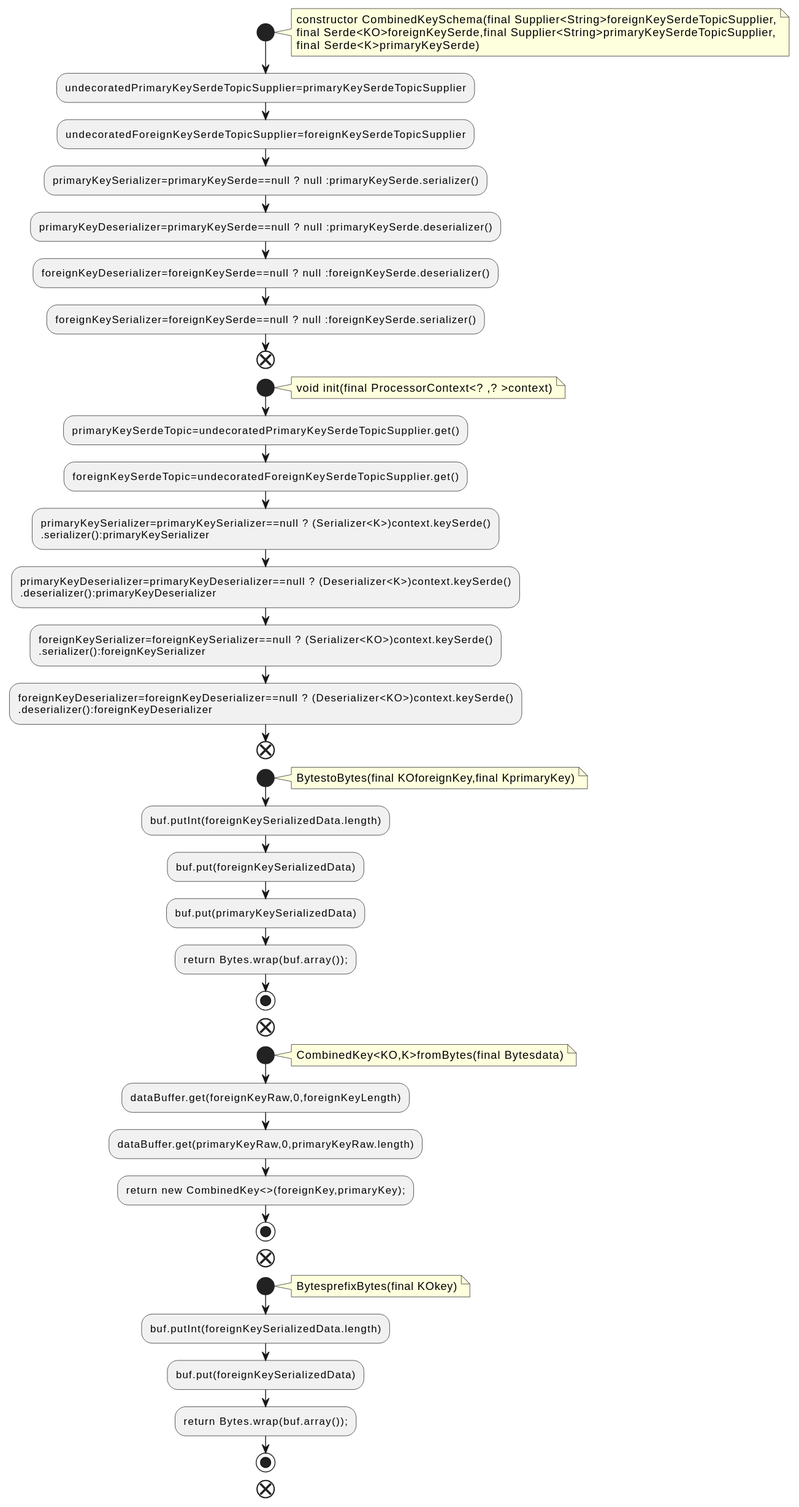
The PlantUML diagram docs/qc/streams/src/main/java/org/apache/kafka/streams/kstream/internals/foreignkeyjoin/CombinedKeySchema.java.fct.svg in qualitesys/kafka, before a commit. Source of this version:
```plantuml
@startuml
!pragma layout smetana
start
note right
constructor CombinedKeySchema(final Supplier<String>foreignKeySerdeTopicSupplier,
final Serde<KO>foreignKeySerde,final Supplier<String>primaryKeySerdeTopicSupplier,
final Serde<K>primaryKeySerde)
end note
:undecoratedPrimaryKeySerdeTopicSupplier=primaryKeySerdeTopicSupplier;
:undecoratedForeignKeySerdeTopicSupplier=foreignKeySerdeTopicSupplier;
:primaryKeySerializer=primaryKeySerde==null ? null :primaryKeySerde.serializer();
:primaryKeyDeserializer=primaryKeySerde==null ? null :primaryKeySerde.deserializer();
:foreignKeyDeserializer=foreignKeySerde==null ? null :foreignKeySerde.deserializer();
:foreignKeySerializer=foreignKeySerde==null ? null :foreignKeySerde.serializer();
end
start
note right
void init(final ProcessorContext<? ,? >context)
end note
:primaryKeySerdeTopic=undecoratedPrimaryKeySerdeTopicSupplier.get();
:foreignKeySerdeTopic=undecoratedForeignKeySerdeTopicSupplier.get();
:primaryKeySerializer=primaryKeySerializer==null ? (Serializer<K>)context.keySerde()
.serializer():primaryKeySerializer;
:primaryKeyDeserializer=primaryKeyDeserializer==null ? (Deserializer<K>)context.keySerde()
.deserializer():primaryKeyDeserializer;
:foreignKeySerializer=foreignKeySerializer==null ? (Serializer<KO>)context.keySerde()
.serializer():foreignKeySerializer;
:foreignKeyDeserializer=foreignKeyDeserializer==null ? (Deserializer<KO>)context.keySerde()
.deserializer():foreignKeyDeserializer;
end
start
note right
BytestoBytes(final KOforeignKey,final KprimaryKey)
end note
:buf.putInt(foreignKeySerializedData.length);
:buf.put(foreignKeySerializedData);
:buf.put(primaryKeySerializedData);
:return Bytes.wrap(buf.array());;
stop
end
start
note right
CombinedKey<KO,K>fromBytes(final Bytesdata)
end note
:dataBuffer.get(foreignKeyRaw,0,foreignKeyLength);
:dataBuffer.get(primaryKeyRaw,0,primaryKeyRaw.length);
:return new CombinedKey<>(foreignKey,primaryKey);;
stop
end
start
note right
BytesprefixBytes(final KOkey)
end note
:buf.putInt(foreignKeySerializedData.length);
:buf.put(foreignKeySerializedData);
:return Bytes.wrap(buf.array());;
stop
end
@enduml
```
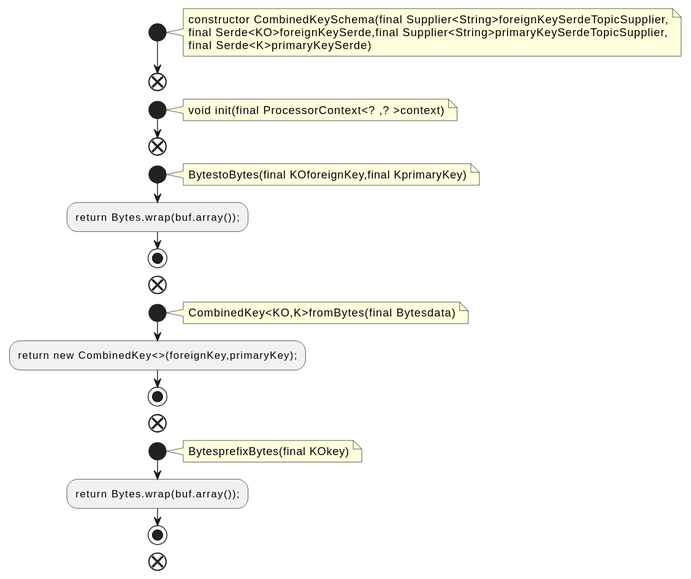
After the change.

Diff of the diagram source:
```diff
@@ -6,35 +6,16 @@
 final Serde<KO>foreignKeySerde,final Supplier<String>primaryKeySerdeTopicSupplier,
 final Serde<K>primaryKeySerde)
 end note
-:undecoratedPrimaryKeySerdeTopicSupplier=primaryKeySerdeTopicSupplier;
-:undecoratedForeignKeySerdeTopicSupplier=foreignKeySerdeTopicSupplier;
-:primaryKeySerializer=primaryKeySerde==null ? null :primaryKeySerde.serializer();
-:primaryKeyDeserializer=primaryKeySerde==null ? null :primaryKeySerde.deserializer();
-:foreignKeyDeserializer=foreignKeySerde==null ? null :foreignKeySerde.deserializer();
-:foreignKeySerializer=foreignKeySerde==null ? null :foreignKeySerde.serializer();
 end
 start
 note right
 void init(final ProcessorContext<? ,? >context)
 end note
-:primaryKeySerdeTopic=undecoratedPrimaryKeySerdeTopicSupplier.get();
-:foreignKeySerdeTopic=undecoratedForeignKeySerdeTopicSupplier.get();
-:primaryKeySerializer=primaryKeySerializer==null ? (Serializer<K>)context.keySerde()
-.serializer():primaryKeySerializer;
-:primaryKeyDeserializer=primaryKeyDeserializer==null ? (Deserializer<K>)context.keySerde()
-.deserializer():primaryKeyDeserializer;
-:foreignKeySerializer=foreignKeySerializer==null ? (Serializer<KO>)context.keySerde()
-.serializer():foreignKeySerializer;
-:foreignKeyDeserializer=foreignKeyDeserializer==null ? (Deserializer<KO>)context.keySerde()
-.deserializer():foreignKeyDeserializer;
 end
 start
 note right
 BytestoBytes(final KOforeignKey,final KprimaryKey)
 end note
-:buf.putInt(foreignKeySerializedData.length);
-:buf.put(foreignKeySerializedData);
-:buf.put(primaryKeySerializedData);
 :return Bytes.wrap(buf.array());;
 stop
 end
@@ -42,8 +23,6 @@
 note right
 CombinedKey<KO,K>fromBytes(final Bytesdata)
 end note
-:dataBuffer.get(foreignKeyRaw,0,foreignKeyLength);
-:dataBuffer.get(primaryKeyRaw,0,primaryKeyRaw.length);
 :return new CombinedKey<>(foreignKey,primaryKey);;
 stop
 end
@@ -51,8 +30,6 @@
 note right
 BytesprefixBytes(final KOkey)
 end note
-:buf.putInt(foreignKeySerializedData.length);
-:buf.put(foreignKeySerializedData);
 :return Bytes.wrap(buf.array());;
 stop
 end
```
